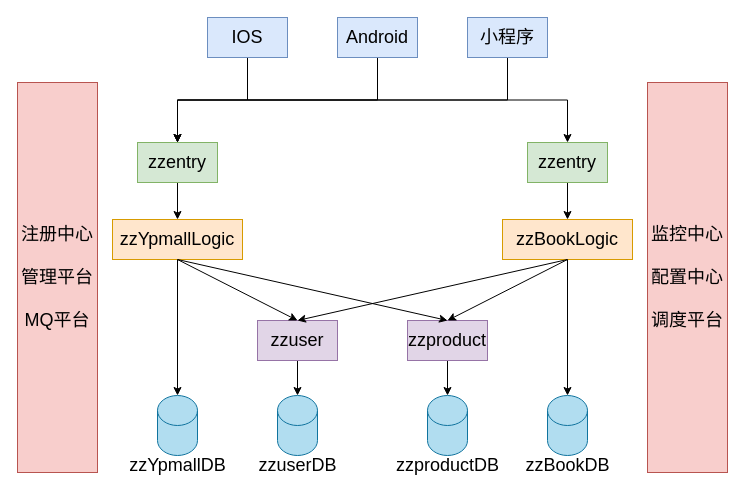
Earlier version of the draw.io diagram zz/tech/tech.drawio (waterystone/draw_io). Source tidied: cells renumbered, new cells numbered last; positions are measured from the earlier drawing's top-left corner, leaving out a move shared by most shapes. Both pictures are drawn from the tidied source at 100%, with x=0, y=0 at pixel (17, 17).
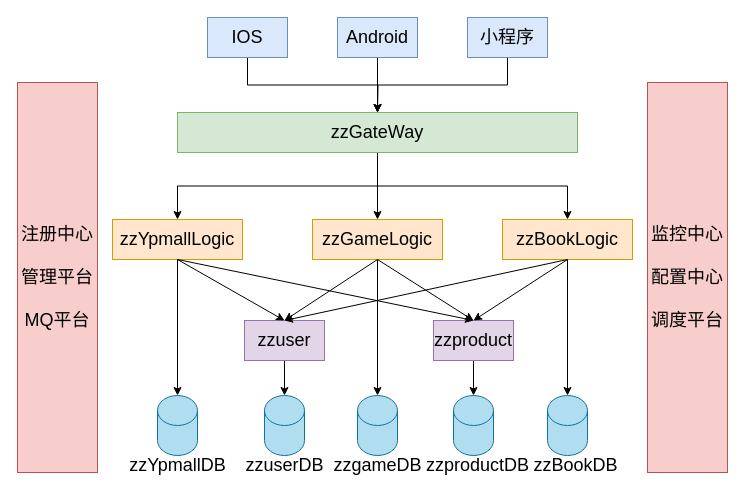
The same diagram, later.

The change refers to these unchanged cells:
```xml
<mxCell id="4" value="&lt;font style=&quot;font-size: 18px&quot;&gt;IOS&lt;/font&gt;" style="rounded=0;whiteSpace=wrap;html=1;fillColor=#dae8fc;strokeColor=#6c8ebf;" parent="1" vertex="1">
  <mxGeometry x="190" width="80" height="40" as="geometry" />
</mxCell>
<mxCell id="6" value="&lt;font style=&quot;font-size: 18px&quot;&gt;Android&lt;/font&gt;" style="rounded=0;whiteSpace=wrap;html=1;fillColor=#dae8fc;strokeColor=#6c8ebf;" parent="1" vertex="1">
  <mxGeometry x="320" width="80" height="40" as="geometry" />
</mxCell>
<mxCell id="8" value="&lt;span style=&quot;font-size: 18px&quot;&gt;小程序&lt;/span&gt;" style="rounded=0;whiteSpace=wrap;html=1;fillColor=#dae8fc;strokeColor=#6c8ebf;" parent="1" vertex="1">
  <mxGeometry x="450" width="80" height="40" as="geometry" />
</mxCell>
<mxCell id="14" value="&lt;font style=&quot;font-size: 18px&quot;&gt;zzYpmallLogic&lt;/font&gt;" style="rounded=0;whiteSpace=wrap;html=1;fillColor=#ffe6cc;strokeColor=#d79b00;" parent="1" vertex="1">
  <mxGeometry x="95" y="202" width="130" height="40" as="geometry" />
</mxCell>
<mxCell id="16" value="&lt;font style=&quot;font-size: 18px&quot;&gt;zzBookLogic&lt;/font&gt;" style="rounded=0;whiteSpace=wrap;html=1;fillColor=#ffe6cc;strokeColor=#d79b00;" parent="1" vertex="1">
  <mxGeometry x="485" y="202" width="130" height="40" as="geometry" />
</mxCell>
```

The edit, as a diff of the source:
```diff
@@
-    <mxCell id="2" style="edgeStyle=orthogonalEdgeStyle;rounded=0;jettySize=auto;html=1;exitX=0.5;exitY=1;exitDx=0;exitDy=0;fontSize=18;" parent="1" edge="1" source="4" target="10">
-      <mxGeometry relative="1" as="geometry" />
-    </mxCell>
-    <mxCell id="3" style="edgeStyle=orthogonalEdgeStyle;rounded=0;jettySize=auto;html=1;exitX=0.5;exitY=1;exitDx=0;exitDy=0;fontSize=18;" parent="1" edge="1" source="4" target="12">
-      <mxGeometry relative="1" as="geometry" />
-    </mxCell>
+    <mxCell id="35" style="edgeStyle=orthogonalEdgeStyle;rounded=0;jettySize=auto;html=1;exitX=0.5;exitY=1;exitDx=0;exitDy=0;entryX=0.5;entryY=0;entryDx=0;entryDy=0;" parent="1" edge="1" source="4" target="49">
+      <mxGeometry relative="1" as="geometry" />
+    </mxCell>
@@
-    <mxCell id="5" style="edgeStyle=orthogonalEdgeStyle;rounded=0;jettySize=auto;html=1;exitX=0.5;exitY=1;exitDx=0;exitDy=0;entryX=0.5;entryY=0;entryDx=0;entryDy=0;fontSize=18;" parent="1" edge="1" source="6" target="10">
-      <mxGeometry relative="1" as="geometry" />
-    </mxCell>
+    <mxCell id="36" style="edgeStyle=orthogonalEdgeStyle;rounded=0;jettySize=auto;html=1;exitX=0.5;exitY=1;exitDx=0;exitDy=0;entryX=0.5;entryY=0;entryDx=0;entryDy=0;" parent="1" edge="1" source="6" target="49">
+      <mxGeometry relative="1" as="geometry" />
+    </mxCell>
@@
-    <mxCell id="7" style="edgeStyle=orthogonalEdgeStyle;rounded=0;jettySize=auto;html=1;exitX=0.5;exitY=1;exitDx=0;exitDy=0;entryX=0.5;entryY=0;entryDx=0;entryDy=0;fontSize=18;" parent="1" edge="1" source="8" target="10">
-      <mxGeometry relative="1" as="geometry" />
-    </mxCell>
+    <mxCell id="37" style="edgeStyle=orthogonalEdgeStyle;rounded=0;jettySize=auto;html=1;exitX=0.5;exitY=1;exitDx=0;exitDy=0;" parent="1" edge="1" source="8">
+      <mxGeometry relative="1" as="geometry">
+        <mxPoint x="360" y="95" as="targetPoint" />
+      </mxGeometry>
+    </mxCell>
@@
-    <mxCell id="9" style="edgeStyle=orthogonalEdgeStyle;rounded=0;jettySize=auto;html=1;exitX=0.5;exitY=1;exitDx=0;exitDy=0;fontSize=18;" parent="1" edge="1" source="10" target="14">
-      <mxGeometry relative="1" as="geometry" />
-    </mxCell>
-    <mxCell id="10" value="&lt;font style=&quot;font-size: 18px&quot;&gt;zzentry&lt;/font&gt;" style="rounded=0;whiteSpace=wrap;html=1;fillColor=#d5e8d4;strokeColor=#82b366;" parent="1" vertex="1">
-      <mxGeometry x="120" y="125" width="80" height="40" as="geometry" />
-    </mxCell>
-    <mxCell id="11" style="edgeStyle=orthogonalEdgeStyle;rounded=0;jettySize=auto;html=1;exitX=0.5;exitY=1;exitDx=0;exitDy=0;entryX=0.5;entryY=0;entryDx=0;entryDy=0;fontSize=18;" parent="1" edge="1" source="12" target="16">
-      <mxGeometry relative="1" as="geometry" />
-    </mxCell>
-    <mxCell id="12" value="&lt;font style=&quot;font-size: 18px&quot;&gt;zzentry&lt;/font&gt;" style="rounded=0;whiteSpace=wrap;html=1;fillColor=#d5e8d4;strokeColor=#82b366;" parent="1" vertex="1">
-      <mxGeometry x="510" y="125" width="80" height="40" as="geometry" />
-    </mxCell>
-    <mxCell id="13" style="edgeStyle=orthogonalEdgeStyle;rounded=0;jettySize=auto;html=1;exitX=0.5;exitY=1;exitDx=0;exitDy=0;entryX=0.5;entryY=0;entryDx=0;entryDy=0;entryPerimeter=0;fontSize=18;" parent="1" edge="1" source="14" target="21">
-      <mxGeometry relative="1" as="geometry" />
-    </mxCell>
+    <mxCell id="38" style="edgeStyle=orthogonalEdgeStyle;rounded=0;jettySize=auto;html=1;exitX=0.5;exitY=1;exitDx=0;exitDy=0;entryX=0.5;entryY=0;entryDx=0;entryDy=0;entryPerimeter=0;fontSize=18;" parent="1" edge="1" source="14" target="42">
+      <mxGeometry relative="1" as="geometry" />
+    </mxCell>
@@
-    <mxCell id="15" style="edgeStyle=orthogonalEdgeStyle;rounded=0;jettySize=auto;html=1;exitX=0.5;exitY=1;exitDx=0;exitDy=0;entryX=0.5;entryY=0;entryDx=0;entryDy=0;entryPerimeter=0;fontSize=18;" parent="1" edge="1" source="16" target="27">
-      <mxGeometry relative="1" as="geometry" />
-    </mxCell>
+    <mxCell id="39" style="edgeStyle=orthogonalEdgeStyle;rounded=0;jettySize=auto;html=1;exitX=0.5;exitY=1;exitDx=0;exitDy=0;entryX=0.5;entryY=0;entryDx=0;entryDy=0;entryPerimeter=0;fontSize=18;" parent="1" edge="1" source="16" target="45">
+      <mxGeometry relative="1" as="geometry" />
+    </mxCell>
@@
-    <mxCell id="17" style="edgeStyle=orthogonalEdgeStyle;rounded=0;jettySize=auto;html=1;exitX=0.5;exitY=1;exitDx=0;exitDy=0;entryX=0.5;entryY=0;entryDx=0;entryDy=0;entryPerimeter=0;fontSize=18;" parent="1" edge="1" source="18" target="23">
-      <mxGeometry relative="1" as="geometry" />
-    </mxCell>
+    <mxCell id="40" style="edgeStyle=orthogonalEdgeStyle;rounded=0;jettySize=auto;html=1;exitX=0.5;exitY=1;exitDx=0;exitDy=0;entryX=0.5;entryY=0;entryDx=0;entryDy=0;entryPerimeter=0;fontSize=18;" parent="1" edge="1" source="18" target="43">
+      <mxGeometry relative="1" as="geometry" />
+    </mxCell>
     <mxCell id="18" value="&lt;font style=&quot;font-size: 18px&quot;&gt;zzuser&lt;/font&gt;" style="rounded=0;whiteSpace=wrap;html=1;fillColor=#e1d5e7;strokeColor=#9673a6;" parent="1" vertex="1">
-      <mxGeometry x="240" y="303" width="80" height="40" as="geometry" />
+      <mxGeometry x="227" y="303" width="80" height="40" as="geometry" />
     </mxCell>
-    <mxCell id="19" style="edgeStyle=orthogonalEdgeStyle;rounded=0;jettySize=auto;html=1;exitX=0.5;exitY=1;exitDx=0;exitDy=0;entryX=0.5;entryY=0;entryDx=0;entryDy=0;entryPerimeter=0;fontSize=18;" parent="1" edge="1" source="20" target="25">
-      <mxGeometry relative="1" as="geometry" />
-    </mxCell>
+    <mxCell id="41" style="edgeStyle=orthogonalEdgeStyle;rounded=0;jettySize=auto;html=1;exitX=0.5;exitY=1;exitDx=0;exitDy=0;entryX=0.5;entryY=0;entryDx=0;entryDy=0;entryPerimeter=0;fontSize=18;" parent="1" edge="1" source="20" target="44">
+      <mxGeometry relative="1" as="geometry" />
+    </mxCell>
     <mxCell id="20" value="&lt;font style=&quot;font-size: 18px&quot;&gt;zzproduct&lt;/font&gt;" style="rounded=0;whiteSpace=wrap;html=1;fillColor=#e1d5e7;strokeColor=#9673a6;" parent="1" vertex="1">
-      <mxGeometry x="390" y="303" width="80" height="40" as="geometry" />
+      <mxGeometry x="416" y="303" width="80" height="40" as="geometry" />
     </mxCell>
-    <mxCell id="21" style="shape=cylinder3;whiteSpace=wrap;html=1;boundedLbl=1;backgroundOutline=1;size=15;fontSize=18;fillColor=#b1ddf0;strokeColor=#10739e;" parent="1" vertex="1">
-      <mxGeometry x="140" y="378" width="40" height="60" as="geometry" />
-    </mxCell>
+    <mxCell id="42" style="shape=cylinder3;whiteSpace=wrap;html=1;boundedLbl=1;backgroundOutline=1;size=15;fontSize=18;fillColor=#b1ddf0;strokeColor=#10739e;" parent="1" vertex="1">
+      <mxGeometry x="140" y="378" width="40" height="60" as="geometry" />
+    </mxCell>
@@
-    <mxCell id="23" style="shape=cylinder3;whiteSpace=wrap;html=1;boundedLbl=1;backgroundOutline=1;size=15;fontSize=18;fillColor=#b1ddf0;strokeColor=#10739e;" parent="1" vertex="1">
-      <mxGeometry x="260" y="378" width="40" height="60" as="geometry" />
-    </mxCell>
+    <mxCell id="43" style="shape=cylinder3;whiteSpace=wrap;html=1;boundedLbl=1;backgroundOutline=1;size=15;fontSize=18;fillColor=#b1ddf0;strokeColor=#10739e;" parent="1" vertex="1">
+      <mxGeometry x="247" y="378" width="40" height="60" as="geometry" />
+    </mxCell>
     <mxCell id="24" value="zzuserDB" style="text;html=1;align=center;verticalAlign=middle;strokeColor=none;fillColor=none;fontSize=18;" parent="1" vertex="1">
-      <mxGeometry x="235" y="433" width="90" height="30" as="geometry" />
+      <mxGeometry x="222" y="433" width="90" height="30" as="geometry" />
     </mxCell>
-    <mxCell id="25" style="shape=cylinder3;whiteSpace=wrap;html=1;boundedLbl=1;backgroundOutline=1;size=15;fontSize=18;fillColor=#b1ddf0;strokeColor=#10739e;" parent="1" vertex="1">
-      <mxGeometry x="410" y="378" width="40" height="60" as="geometry" />
-    </mxCell>
+    <mxCell id="44" style="shape=cylinder3;whiteSpace=wrap;html=1;boundedLbl=1;backgroundOutline=1;size=15;fontSize=18;fillColor=#b1ddf0;strokeColor=#10739e;" parent="1" vertex="1">
+      <mxGeometry x="436" y="378" width="40" height="60" as="geometry" />
+    </mxCell>
     <mxCell id="26" value="zzproductDB" style="text;html=1;align=center;verticalAlign=middle;strokeColor=none;fillColor=none;fontSize=18;" parent="1" vertex="1">
-      <mxGeometry x="370" y="433" width="120" height="30" as="geometry" />
+      <mxGeometry x="400" y="433" width="120" height="30" as="geometry" />
     </mxCell>
-    <mxCell id="27" style="shape=cylinder3;whiteSpace=wrap;html=1;boundedLbl=1;backgroundOutline=1;size=15;fontSize=18;fillColor=#b1ddf0;strokeColor=#10739e;" parent="1" vertex="1">
-      <mxGeometry x="530" y="378" width="40" height="60" as="geometry" />
-    </mxCell>
+    <mxCell id="45" style="shape=cylinder3;whiteSpace=wrap;html=1;boundedLbl=1;backgroundOutline=1;size=15;fontSize=18;fillColor=#b1ddf0;strokeColor=#10739e;" parent="1" vertex="1">
+      <mxGeometry x="530" y="378" width="40" height="60" as="geometry" />
+    </mxCell>
     <mxCell id="28" value="zzBookDB" style="text;html=1;align=center;verticalAlign=middle;strokeColor=none;fillColor=none;fontSize=18;" parent="1" vertex="1">
-      <mxGeometry x="500" y="433" width="100" height="30" as="geometry" />
+      <mxGeometry x="508" y="433" width="100" height="30" as="geometry" />
     </mxCell>
@@
+    <mxCell id="46" style="edgeStyle=orthogonalEdgeStyle;rounded=0;jettySize=auto;html=1;exitX=0.5;exitY=1;exitDx=0;exitDy=0;fontSize=18;" parent="1" edge="1" source="49" target="51">
+      <mxGeometry relative="1" as="geometry" />
+    </mxCell>
+    <mxCell id="47" style="edgeStyle=orthogonalEdgeStyle;rounded=0;jettySize=auto;html=1;exitX=0.5;exitY=1;exitDx=0;exitDy=0;entryX=0.5;entryY=0;entryDx=0;entryDy=0;" parent="1" edge="1" source="49" target="14">
+      <mxGeometry relative="1" as="geometry" />
+    </mxCell>
+    <mxCell id="48" style="edgeStyle=orthogonalEdgeStyle;rounded=0;jettySize=auto;html=1;exitX=0.5;exitY=1;exitDx=0;exitDy=0;entryX=0.5;entryY=0;entryDx=0;entryDy=0;" parent="1" edge="1" source="49" target="16">
+      <mxGeometry relative="1" as="geometry" />
+    </mxCell>
+    <mxCell id="49" value="&lt;font style=&quot;font-size: 18px&quot;&gt;zzGateWay&lt;/font&gt;" style="rounded=0;whiteSpace=wrap;html=1;fillColor=#d5e8d4;strokeColor=#82b366;" parent="1" vertex="1">
+      <mxGeometry x="160" y="95" width="400" height="40" as="geometry" />
+    </mxCell>
+    <mxCell id="50" style="edgeStyle=orthogonalEdgeStyle;rounded=0;jettySize=auto;html=1;exitX=0.5;exitY=1;exitDx=0;exitDy=0;entryX=0.5;entryY=0;entryDx=0;entryDy=0;entryPerimeter=0;" parent="1" edge="1" source="51" target="52">
+      <mxGeometry relative="1" as="geometry" />
+    </mxCell>
+    <mxCell id="51" value="&lt;font style=&quot;font-size: 18px&quot;&gt;zzGameLogic&lt;/font&gt;" style="rounded=0;whiteSpace=wrap;html=1;fillColor=#ffe6cc;strokeColor=#d79b00;" parent="1" vertex="1">
+      <mxGeometry x="295" y="202" width="130" height="40" as="geometry" />
+    </mxCell>
+    <mxCell id="52" style="shape=cylinder3;whiteSpace=wrap;html=1;boundedLbl=1;backgroundOutline=1;size=15;fontSize=18;fillColor=#b1ddf0;strokeColor=#10739e;" parent="1" vertex="1">
+      <mxGeometry x="340" y="378" width="40" height="60" as="geometry" />
+    </mxCell>
+    <mxCell id="53" value="zzgameDB" style="text;html=1;align=center;verticalAlign=middle;strokeColor=none;fillColor=none;fontSize=18;" parent="1" vertex="1">
+      <mxGeometry x="310" y="433" width="100" height="30" as="geometry" />
+    </mxCell>
+    <mxCell id="54" style="endArrow=classic;html=1;rounded=0;fontSize=18;exitX=0.5;exitY=1;exitDx=0;exitDy=0;entryX=0.5;entryY=0;entryDx=0;entryDy=0;" parent="1" edge="1" source="51" target="20">
+      <mxGeometry relative="1" as="geometry" />
+    </mxCell>
+    <mxCell id="55" style="endArrow=classic;html=1;rounded=0;fontSize=18;exitX=0.5;exitY=1;exitDx=0;exitDy=0;entryX=0.5;entryY=0;entryDx=0;entryDy=0;" parent="1" edge="1" source="51" target="18">
+      <mxGeometry relative="1" as="geometry" />
+    </mxCell>
```
